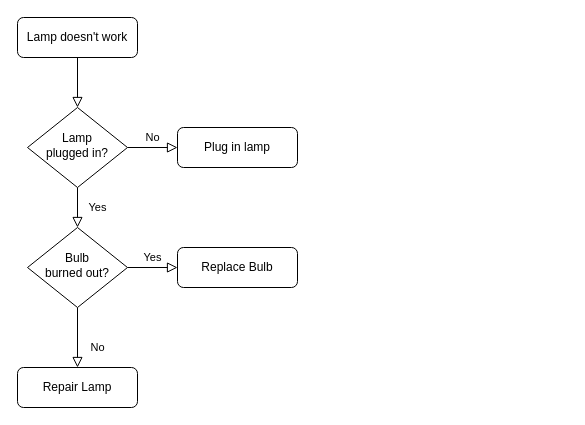
luyaguo/draw-guo keeps this draw.io diagram as SpringMVC.drawio. Above is the earlier version. Source tidied: cells renumbered, new cells numbered last; positions are measured from the earlier drawing's top-left corner, leaving out a move shared by most shapes. Both pictures are drawn from the tidied source at 100%, with x=0, y=0 at pixel (17, 17).
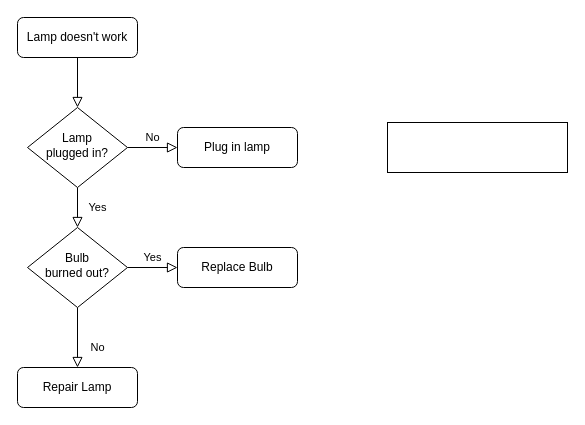
Above is the later version.

The edit, as a diff of the source:
```diff
@@
 <mxGraphModel>
   <root>
     <mxCell id="0" />
     <mxCell id="1" parent="0" />
     <mxCell id="2" style="rounded=0;html=1;jettySize=auto;fontSize=11;endArrow=block;endFill=0;endSize=8;strokeWidth=1;shadow=0;labelBackgroundColor=none;edgeStyle=orthogonalEdgeStyle;" parent="1" edge="1" source="3" target="6">
       <mxGeometry relative="1" as="geometry" />
     </mxCell>
     <mxCell id="3" value="Lamp doesn't work" style="rounded=1;whiteSpace=wrap;html=1;fontSize=12;glass=0;strokeWidth=1;shadow=0;" parent="1" vertex="1">
       <mxGeometry width="120" height="40" as="geometry" />
     </mxCell>
     <mxCell id="4" value="Yes" style="rounded=0;html=1;jettySize=auto;fontSize=11;endArrow=block;endFill=0;endSize=8;strokeWidth=1;shadow=0;labelBackgroundColor=none;edgeStyle=orthogonalEdgeStyle;" parent="1" edge="1" source="6" target="10">
       <mxGeometry y="20" relative="1" as="geometry" />
     </mxCell>
     <mxCell id="5" value="No" style="edgeStyle=orthogonalEdgeStyle;rounded=0;html=1;jettySize=auto;fontSize=11;endArrow=block;endFill=0;endSize=8;strokeWidth=1;shadow=0;labelBackgroundColor=none;" parent="1" edge="1" source="6" target="7">
       <mxGeometry y="10" relative="1" as="geometry" />
     </mxCell>
     <mxCell id="6" value="Lamp&lt;br&gt;plugged in?" style="rhombus;whiteSpace=wrap;html=1;shadow=0;fontFamily=Helvetica;fontSize=12;align=center;strokeWidth=1;spacing=6;spacingTop=-4;" parent="1" vertex="1">
       <mxGeometry x="10" y="90" width="100" height="80" as="geometry" />
     </mxCell>
     <mxCell id="7" value="Plug in lamp" style="rounded=1;whiteSpace=wrap;html=1;fontSize=12;glass=0;strokeWidth=1;shadow=0;" parent="1" vertex="1">
       <mxGeometry x="160" y="110" width="120" height="40" as="geometry" />
     </mxCell>
     <mxCell id="8" value="No" style="rounded=0;html=1;jettySize=auto;fontSize=11;endArrow=block;endFill=0;endSize=8;strokeWidth=1;shadow=0;labelBackgroundColor=none;edgeStyle=orthogonalEdgeStyle;" parent="1" edge="1" source="10" target="11">
       <mxGeometry x="0.33" y="20" relative="1" as="geometry" />
     </mxCell>
     <mxCell id="9" value="Yes" style="edgeStyle=orthogonalEdgeStyle;rounded=0;html=1;jettySize=auto;fontSize=11;endArrow=block;endFill=0;endSize=8;strokeWidth=1;shadow=0;labelBackgroundColor=none;" parent="1" edge="1" source="10" target="12">
       <mxGeometry y="10" relative="1" as="geometry" />
     </mxCell>
     <mxCell id="10" value="Bulb&lt;br&gt;burned out?" style="rhombus;whiteSpace=wrap;html=1;shadow=0;fontFamily=Helvetica;fontSize=12;align=center;strokeWidth=1;spacing=6;spacingTop=-4;" parent="1" vertex="1">
       <mxGeometry x="10" y="210" width="100" height="80" as="geometry" />
     </mxCell>
     <mxCell id="11" value="Repair Lamp" style="rounded=1;whiteSpace=wrap;html=1;fontSize=12;glass=0;strokeWidth=1;shadow=0;" parent="1" vertex="1">
       <mxGeometry y="350" width="120" height="40" as="geometry" />
     </mxCell>
     <mxCell id="12" value="Replace Bulb" style="rounded=1;whiteSpace=wrap;html=1;fontSize=12;glass=0;strokeWidth=1;shadow=0;" parent="1" vertex="1">
       <mxGeometry x="160" y="230" width="120" height="40" as="geometry" />
     </mxCell>
+    <mxCell id="13" style="whiteSpace=wrap;html=1;" parent="1" vertex="1">
+      <mxGeometry x="370" y="105" width="180" height="50" as="geometry" />
+    </mxCell>
   </root>
 </mxGraphModel>
```
